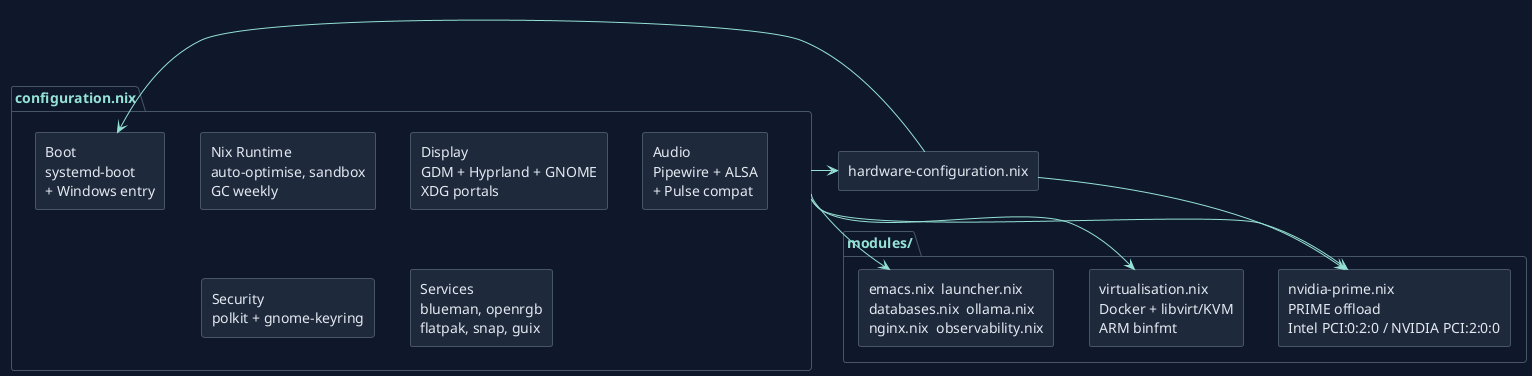
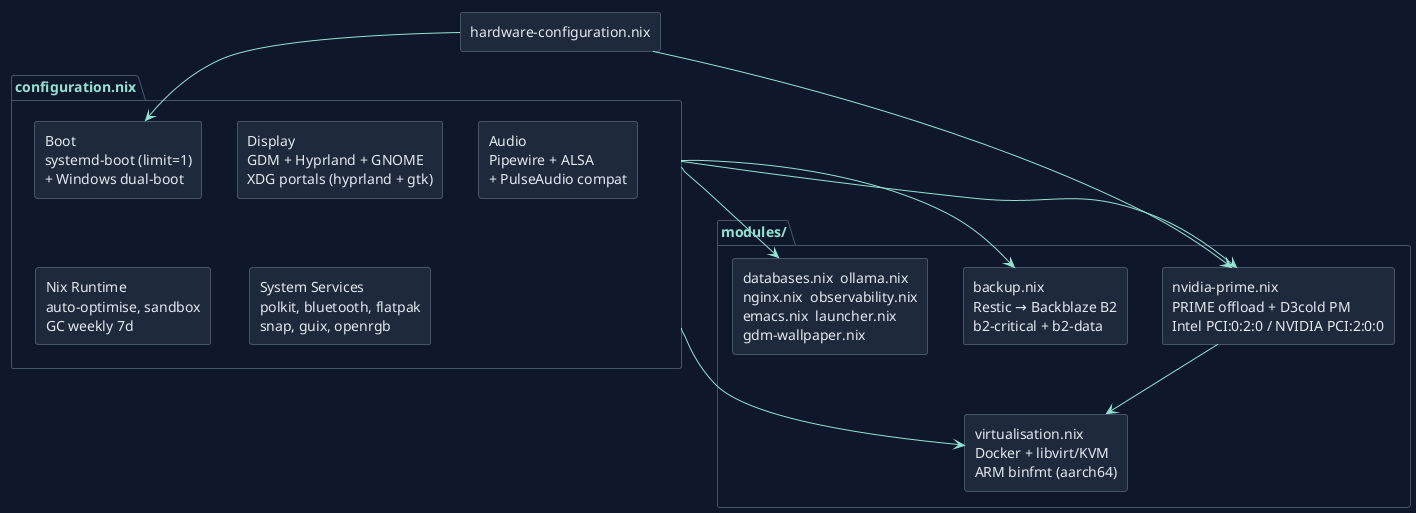
@startuml system-architecture
!theme plain
skinparam backgroundColor #0f172a
skinparam defaultFontColor #e2e8f0
skinparam arrowColor #94e2d5
skinparam borderColor #475569
skinparam shadowing false

skinparam rectangle {
  BackgroundColor #1e293b
  BorderColor #475569
  FontColor #e2e8f0
}
skinparam package {
  BackgroundColor #0f172a
  BorderColor #475569
  FontColor #94e2d5
}

+ rectangle "hardware-configuration.nix" as hw
+ 
package "configuration.nix" {
-   rectangle "Boot\nsystemd-boot\n+ Windows entry" as boot
-   rectangle "Nix Runtime\nauto-optimise, sandbox\nGC weekly" as nix
-   rectangle "Display\nGDM + Hyprland + GNOME\nXDG portals" as display
-   rectangle "Audio\nPipewire + ALSA\n+ Pulse compat" as audio
-   rectangle "Security\npolkit + gnome-keyring" as sec
-   rectangle "Services\nblueman, openrgb\nflatpak, snap, guix" as svc
+   rectangle "Boot\nsystemd-boot (limit=1)\n+ Windows dual-boot" as boot
+   rectangle "Nix Runtime\nauto-optimise, sandbox\nGC weekly 7d" as nix
+   rectangle "Display\nGDM + Hyprland + GNOME\nXDG portals (hyprland + gtk)" as display
+   rectangle "Audio\nPipewire + ALSA\n+ PulseAudio compat" as audio
+   rectangle "System Services\npolkit, bluetooth, flatpak\nsnap, guix, openrgb" as svc
}

package "modules/" {
-   rectangle "nvidia-prime.nix\nPRIME offload\nIntel PCI:0:2:0 / NVIDIA PCI:2:0:0" as nvidia
-   rectangle "virtualisation.nix\nDocker + libvirt/KVM\nARM binfmt" as virt
-   rectangle "emacs.nix  launcher.nix\ndatabases.nix  ollama.nix\nnginx.nix  observability.nix" as mods
+   rectangle "nvidia-prime.nix\nPRIME offload + D3cold PM\nIntel PCI:0:2:0 / NVIDIA PCI:2:0:0" as nvidia
+   rectangle "virtualisation.nix\nDocker + libvirt/KVM\nARM binfmt (aarch64)" as virt
+   rectangle "backup.nix\nRestic → Backblaze B2\nb2-critical + b2-data" as backup
+   rectangle "databases.nix  ollama.nix\nnginx.nix  observability.nix\nemacs.nix  launcher.nix\ngdm-wallpaper.nix" as mods
}
- 
- rectangle "hardware-configuration.nix" as hw

hw --> boot
hw --> nvidia
- "configuration.nix" --> hw
+ boot -[hidden]-> nix
+ nvidia --> virt
"configuration.nix" --> nvidia
"configuration.nix" --> virt
+ "configuration.nix" --> backup
"configuration.nix" --> mods

@enduml
